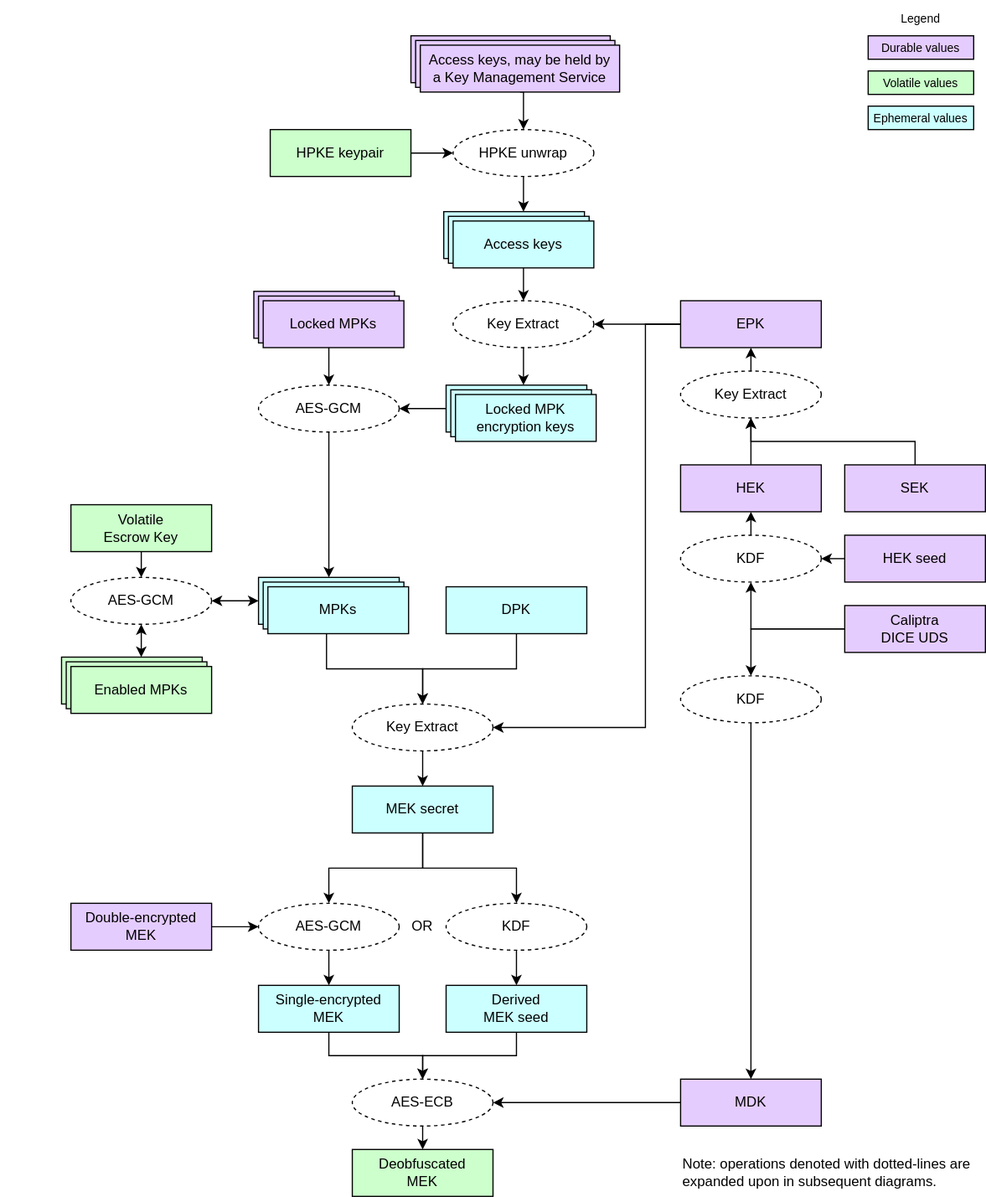
Above: doc/ocp_lock/diagrams/key_hierarchy.drawio.svg in chipsalliance/Caliptra (draw.io), before the change. Source tidied: cells renumbered, new cells last; positions are measured from the earlier drawing's top-left corner, leaving out a move shared by most shapes.
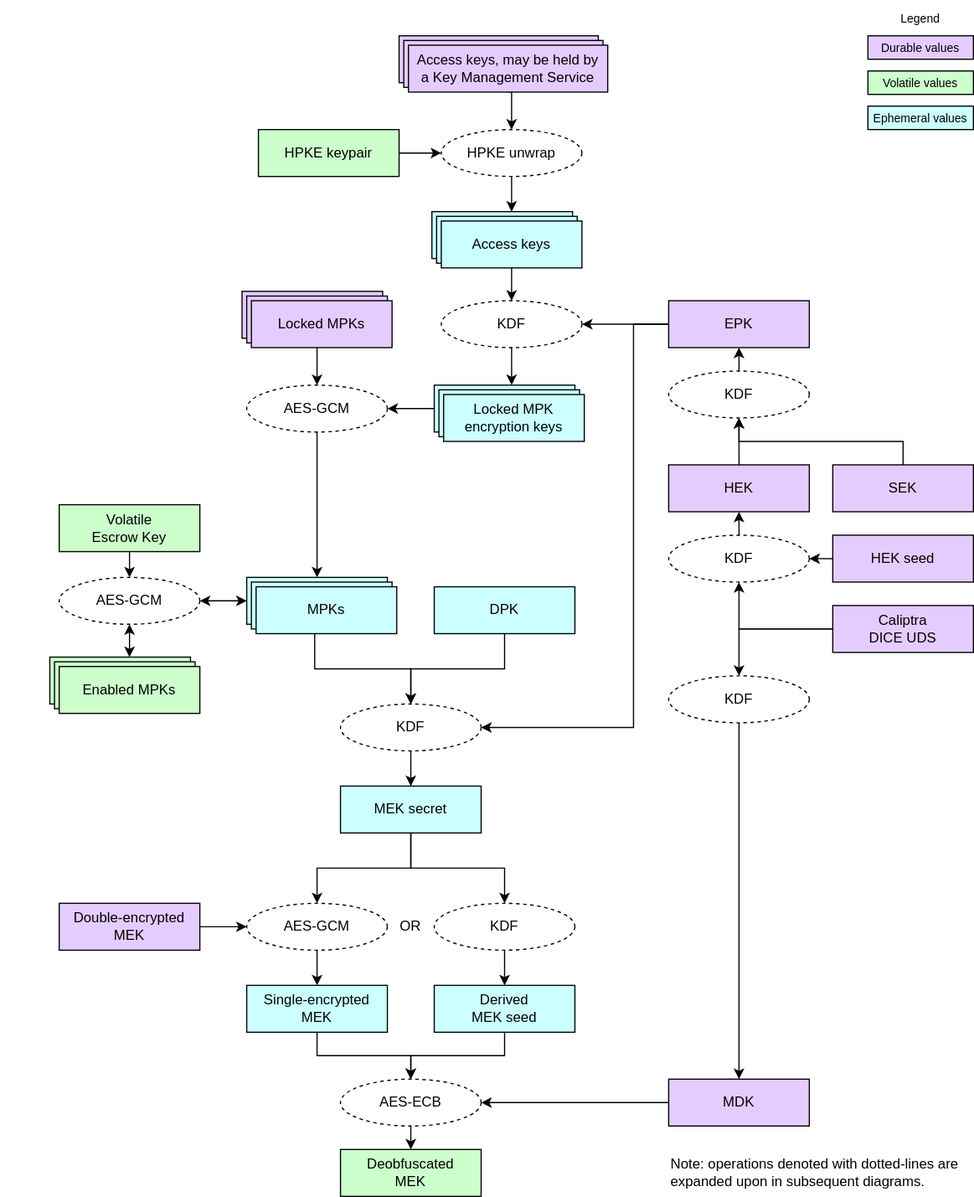
After the commit.

Commit message:
Simplify LOCK to avoid use of preconditioned-key-extract. (#553)

Change to the diagram source:
```diff
@@ -26,7 +26,7 @@
     <mxCell id="9" value="&lt;div&gt;&lt;font color=&quot;#000000&quot;&gt;Access keys&lt;/font&gt;&lt;/div&gt;" style="rounded=0;whiteSpace=wrap;html=1;align=center;verticalAlign=middle;shadow=0;glass=0;spacingLeft=0;spacingBottom=0;spacingTop=0;fillColor=#CCFFFF;" parent="1" vertex="1">
       <mxGeometry x="378" y="180" width="120" height="40" as="geometry" />
     </mxCell>
-    <mxCell id="10" value="Key Extract" style="ellipse;whiteSpace=wrap;html=1;fillColor=#FFFFFF;dashed=1;" parent="1" vertex="1">
+    <mxCell id="10" value="KDF" style="ellipse;whiteSpace=wrap;html=1;fillColor=#FFFFFF;dashed=1;" parent="1" vertex="1">
       <mxGeometry x="386" y="256" width="120" height="40" as="geometry" />
     </mxCell>
     <mxCell id="11" style="edgeStyle=none;html=1;exitX=0.5;exitY=1;exitDx=0;exitDy=0;entryX=0.5;entryY=0;entryDx=0;entryDy=0;" parent="1" edge="1" source="12" target="24">
@@ -56,16 +56,16 @@
       <mxGeometry x="358" y="38" width="170" height="40" as="geometry" />
     </mxCell>
     <mxCell id="19" value="&lt;div&gt;&lt;font color=&quot;#000000&quot;&gt;Durable values&lt;/font&gt;&lt;/div&gt;" style="rounded=0;whiteSpace=wrap;html=1;align=center;verticalAlign=middle;shadow=0;glass=0;spacingLeft=0;spacingBottom=0;spacingTop=0;fillColor=#E5CCFF;fontSize=10;" parent="1" vertex="1">
-      <mxGeometry x="740" y="30" width="90" height="20" as="geometry" />
+      <mxGeometry x="750" y="30" width="90" height="20" as="geometry" />
     </mxCell>
     <mxCell id="20" value="&lt;div&gt;&lt;font color=&quot;#000000&quot;&gt;Volatile values&lt;/font&gt;&lt;/div&gt;" style="rounded=0;whiteSpace=wrap;html=1;align=center;verticalAlign=middle;shadow=0;glass=0;spacingLeft=0;spacingBottom=0;spacingTop=0;fillColor=#CCFFCC;fontSize=10;" parent="1" vertex="1">
-      <mxGeometry x="740" y="60" width="90" height="20" as="geometry" />
+      <mxGeometry x="750" y="60" width="90" height="20" as="geometry" />
     </mxCell>
     <mxCell id="21" value="Legend" style="text;strokeColor=none;align=center;fillColor=none;html=1;verticalAlign=middle;whiteSpace=wrap;rounded=0;fontSize=10;" parent="1" vertex="1">
-      <mxGeometry x="755" width="60" height="30" as="geometry" />
+      <mxGeometry x="765" width="60" height="30" as="geometry" />
     </mxCell>
     <mxCell id="22" value="&lt;div&gt;&lt;font color=&quot;#000000&quot;&gt;Ephemeral values&lt;/font&gt;&lt;/div&gt;" style="rounded=0;whiteSpace=wrap;html=1;align=center;verticalAlign=middle;shadow=0;glass=0;spacingLeft=0;spacingBottom=0;spacingTop=0;fillColor=#CCFFFF;fontSize=10;" parent="1" vertex="1">
-      <mxGeometry x="740" y="90" width="90" height="20" as="geometry" />
+      <mxGeometry x="750" y="90" width="90" height="20" as="geometry" />
     </mxCell>
     <mxCell id="23" style="edgeStyle=none;html=1;entryX=1;entryY=0.5;entryDx=0;entryDy=0;startArrow=classic;startFill=1;exitX=0;exitY=0.5;exitDx=0;exitDy=0;" parent="1" edge="1" source="24" target="51">
       <mxGeometry relative="1" as="geometry" />
@@ -91,7 +91,7 @@
     <mxCell id="28" style="edgeStyle=none;html=1;exitX=0.5;exitY=1;exitDx=0;exitDy=0;entryX=0.5;entryY=0;entryDx=0;entryDy=0;" parent="1" edge="1" source="29" target="62">
       <mxGeometry relative="1" as="geometry" />
     </mxCell>
-    <mxCell id="29" value="&lt;span style=&quot;color: rgb(0, 0, 0);&quot;&gt;Key Extract&lt;/span&gt;" style="ellipse;whiteSpace=wrap;html=1;fillColor=#FFFFFF;dashed=1;" parent="1" vertex="1">
+    <mxCell id="29" value="&lt;span style=&quot;color: rgb(0, 0, 0);&quot;&gt;KDF&lt;/span&gt;" style="ellipse;whiteSpace=wrap;html=1;fillColor=#FFFFFF;dashed=1;" parent="1" vertex="1">
       <mxGeometry x="300" y="600" width="120" height="40" as="geometry" />
     </mxCell>
     <mxCell id="30" style="edgeStyle=orthogonalEdgeStyle;html=1;exitX=0.5;exitY=1;exitDx=0;exitDy=0;entryX=0.5;entryY=0;entryDx=0;entryDy=0;rounded=0;" parent="1" edge="1" source="31" target="29">
@@ -180,7 +180,7 @@
       </mxGeometry>
     </mxCell>
     <mxCell id="56" style="rounded=0;whiteSpace=wrap;html=1;align=center;verticalAlign=middle;shadow=0;glass=0;spacingLeft=0;spacingBottom=0;spacingTop=0;fillColor=#FFFFFF;fontSize=10;strokeColor=#FFFFFF;" parent="1" vertex="1">
-      <mxGeometry width="90" height="20" as="geometry" />
+      <mxGeometry x="10" width="90" height="20" as="geometry" />
     </mxCell>
     <mxCell id="57" style="edgeStyle=orthogonalEdgeStyle;html=1;exitX=0;exitY=0.5;exitDx=0;exitDy=0;entryX=1;entryY=0.5;entryDx=0;entryDy=0;rounded=0;" parent="1" edge="1" source="59" target="29">
       <mxGeometry relative="1" as="geometry">
@@ -261,7 +261,7 @@
     <mxCell id="79" style="edgeStyle=none;html=1;exitX=0.5;exitY=0;exitDx=0;exitDy=0;entryX=0.5;entryY=1;entryDx=0;entryDy=0;" parent="1" edge="1" source="80" target="59">
       <mxGeometry relative="1" as="geometry" />
     </mxCell>
-    <mxCell id="80" value="&lt;span style=&quot;color: rgb(0, 0, 0);&quot;&gt;Key Extract&lt;/span&gt;" style="ellipse;whiteSpace=wrap;html=1;fillColor=#FFFFFF;dashed=1;" parent="1" vertex="1">
+    <mxCell id="80" value="&lt;span style=&quot;color: rgb(0, 0, 0);&quot;&gt;KDF&lt;/span&gt;" style="ellipse;whiteSpace=wrap;html=1;fillColor=#FFFFFF;dashed=1;" parent="1" vertex="1">
       <mxGeometry x="580" y="316" width="120" height="40" as="geometry" />
     </mxCell>
     <mxCell id="81" style="edgeStyle=orthogonalEdgeStyle;html=1;exitX=0.5;exitY=1;exitDx=0;exitDy=0;entryX=0.5;entryY=0;entryDx=0;entryDy=0;rounded=0;" parent="1" edge="1" source="82" target="66">
```
